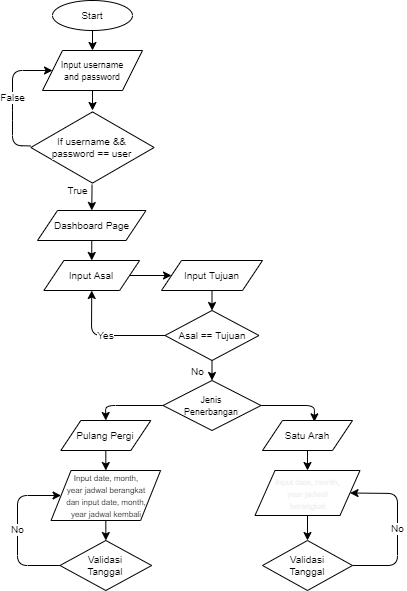
tafanianatalia/tafania-flight-booking-app keeps this draw.io diagram as flowchart.drawio.png. Above is the earlier version. Source tidied: cells renumbered, new cells last; positions are measured from the earlier drawing's top-left corner, leaving out a move shared by most shapes.
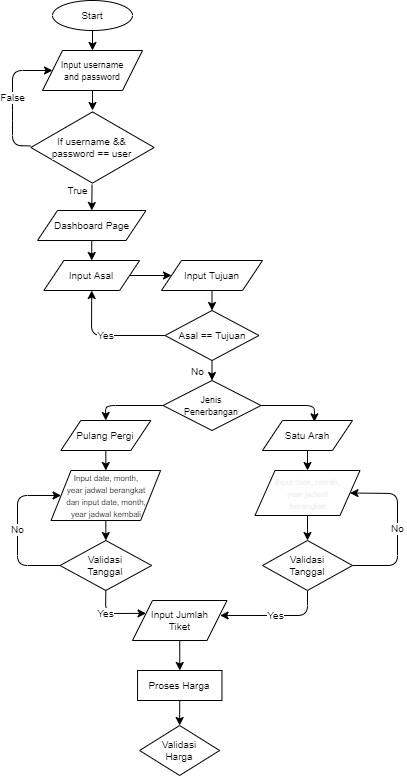
The same diagram one commit later.

Commit message:
feet : process ticket price if valid

The edit, as a diff of the source:
```diff
@@ -101,6 +101,13 @@
     <mxCell id="28" value="&lt;span style=&quot;color: rgb(240, 240, 240); font-family: helvetica; font-size: 8px; font-style: normal; font-weight: 400; letter-spacing: normal; text-align: center; text-indent: 0px; text-transform: none; word-spacing: 0px; display: inline; float: none;&quot;&gt;Input date, month,&lt;br&gt;year jadwal&lt;br&gt;berangkat&lt;/span&gt;" style="shape=parallelogram;perimeter=parallelogramPerimeter;whiteSpace=wrap;html=1;fixedSize=1;fontSize=10;labelBackgroundColor=none;" parent="1" vertex="1">
       <mxGeometry x="242.5" y="470" width="105" height="45" as="geometry" />
     </mxCell>
+    <mxCell id="33" value="Yes" style="edgeStyle=none;html=1;exitX=0.5;exitY=1;exitDx=0;exitDy=0;entryX=0;entryY=0.25;entryDx=0;entryDy=0;fontSize=10;labelBackgroundColor=#FFFFFF;strokeColor=#000000;fontColor=#000000;" parent="1" edge="1" source="30" target="35">
+      <mxGeometry x="-0.28" relative="1" as="geometry">
+        <Array as="points">
+          <mxPoint x="93" y="613" />
+        </Array>
+      </mxGeometry>
+    </mxCell>
     <mxCell id="29" value="No" style="edgeStyle=none;html=1;exitX=0;exitY=0.5;exitDx=0;exitDy=0;entryX=0;entryY=0.5;entryDx=0;entryDy=0;fontSize=10;labelBackgroundColor=#FFFFFF;strokeColor=#000000;fontColor=#000000;" parent="1" edge="1" source="30" target="26">
       <mxGeometry relative="1" as="geometry">
         <Array as="points">
@@ -112,6 +119,25 @@
     <mxCell id="30" value="Validasi&lt;br&gt;Tanggal" style="rhombus;whiteSpace=wrap;html=1;fontSize=10;labelBackgroundColor=default;" parent="1" vertex="1">
       <mxGeometry x="47.5" y="540" width="91.7" height="50" as="geometry" />
     </mxCell>
+    <mxCell id="34" style="edgeStyle=none;html=1;entryX=0.5;entryY=0;entryDx=0;entryDy=0;fontSize=8;labelBackgroundColor=default;strokeColor=#000000;" parent="1" edge="1" source="35" target="37">
+      <mxGeometry relative="1" as="geometry" />
+    </mxCell>
+    <mxCell id="35" value="Input Jumlah&lt;br&gt;Tiket" style="shape=parallelogram;perimeter=parallelogramPerimeter;whiteSpace=wrap;html=1;fixedSize=1;fontSize=10;labelBackgroundColor=default;" parent="1" vertex="1">
+      <mxGeometry x="120" y="600" width="94.5" height="40" as="geometry" />
+    </mxCell>
+    <mxCell id="36" style="edgeStyle=none;html=1;exitX=0.5;exitY=1;exitDx=0;exitDy=0;entryX=0.5;entryY=0;entryDx=0;entryDy=0;fontSize=8;labelBackgroundColor=default;strokeColor=#000000;" parent="1" edge="1" source="37" target="39">
+      <mxGeometry relative="1" as="geometry" />
+    </mxCell>
+    <mxCell id="37" value="Proses Harga" style="rounded=0;whiteSpace=wrap;html=1;fontSize=10;labelBackgroundColor=default;" parent="1" vertex="1">
+      <mxGeometry x="125" y="670" width="84.4" height="30" as="geometry" />
+    </mxCell>
+    <mxCell id="38" value="Yes" style="edgeStyle=none;html=1;exitX=0.5;exitY=1;exitDx=0;exitDy=0;entryX=0.927;entryY=0.374;entryDx=0;entryDy=0;fontSize=10;entryPerimeter=0;labelBackgroundColor=#FFFFFF;strokeColor=#000000;fontColor=#000000;" parent="1" edge="1" source="32" target="35">
+      <mxGeometry relative="1" as="geometry">
+        <Array as="points">
+          <mxPoint x="295" y="615" />
+        </Array>
+      </mxGeometry>
+    </mxCell>
     <mxCell id="31" value="No" style="edgeStyle=none;html=1;exitX=1;exitY=0.5;exitDx=0;exitDy=0;entryX=1;entryY=0.5;entryDx=0;entryDy=0;fontSize=10;labelBackgroundColor=#FFFFFF;strokeColor=#000000;fontColor=#000000;" parent="1" edge="1" source="32" target="28">
       <mxGeometry relative="1" as="geometry">
         <Array as="points">
@@ -123,5 +149,8 @@
     <mxCell id="32" value="Validasi&lt;br&gt;Tanggal" style="rhombus;whiteSpace=wrap;html=1;fontSize=10;labelBackgroundColor=default;" parent="1" vertex="1">
       <mxGeometry x="250" y="540" width="90" height="50" as="geometry" />
     </mxCell>
+    <mxCell id="39" value="Validasi&lt;br&gt;Harga" style="rhombus;whiteSpace=wrap;html=1;fontSize=10;labelBackgroundColor=default;" parent="1" vertex="1">
+      <mxGeometry x="127.1" y="725" width="80" height="50" as="geometry" />
+    </mxCell>
   </root>
 </mxGraphModel>
```
